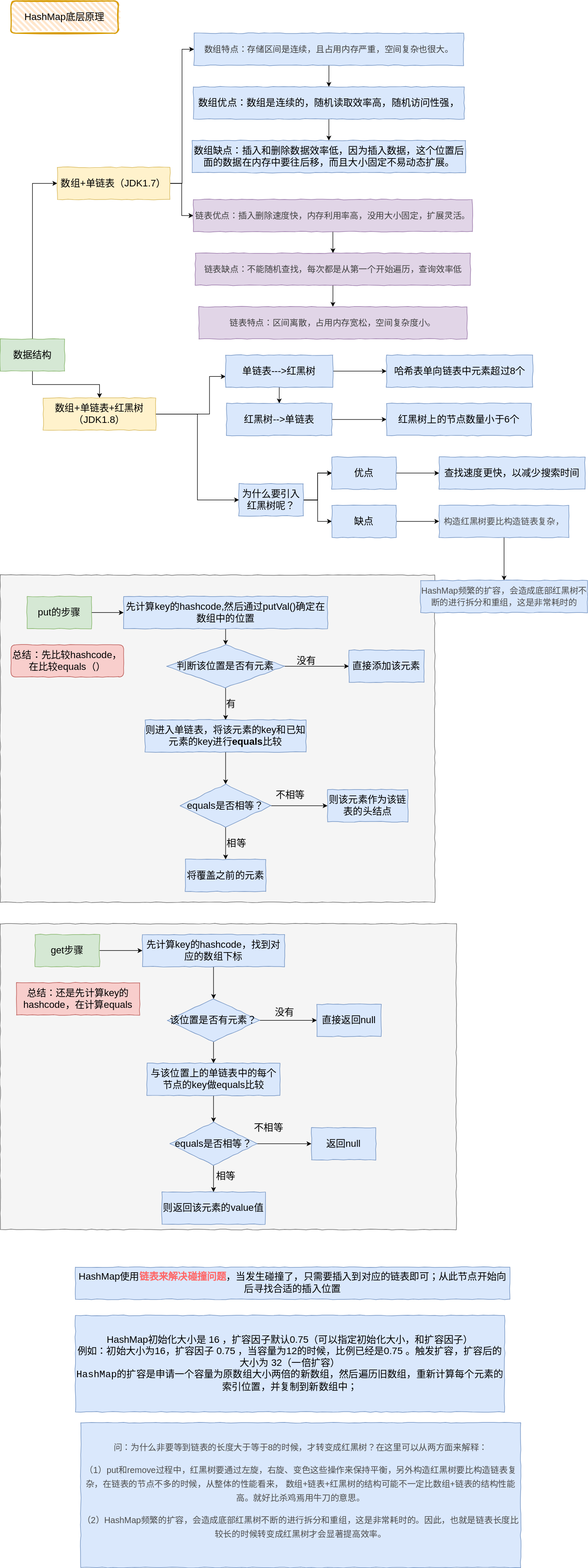
Earlier version of the draw.io export Java/HashMap.svg (kusuzi/LearnJava). Source tidied: cells renumbered, new cells last; positions are measured from the earlier drawing's top-left corner, leaving out a move shared by most shapes.
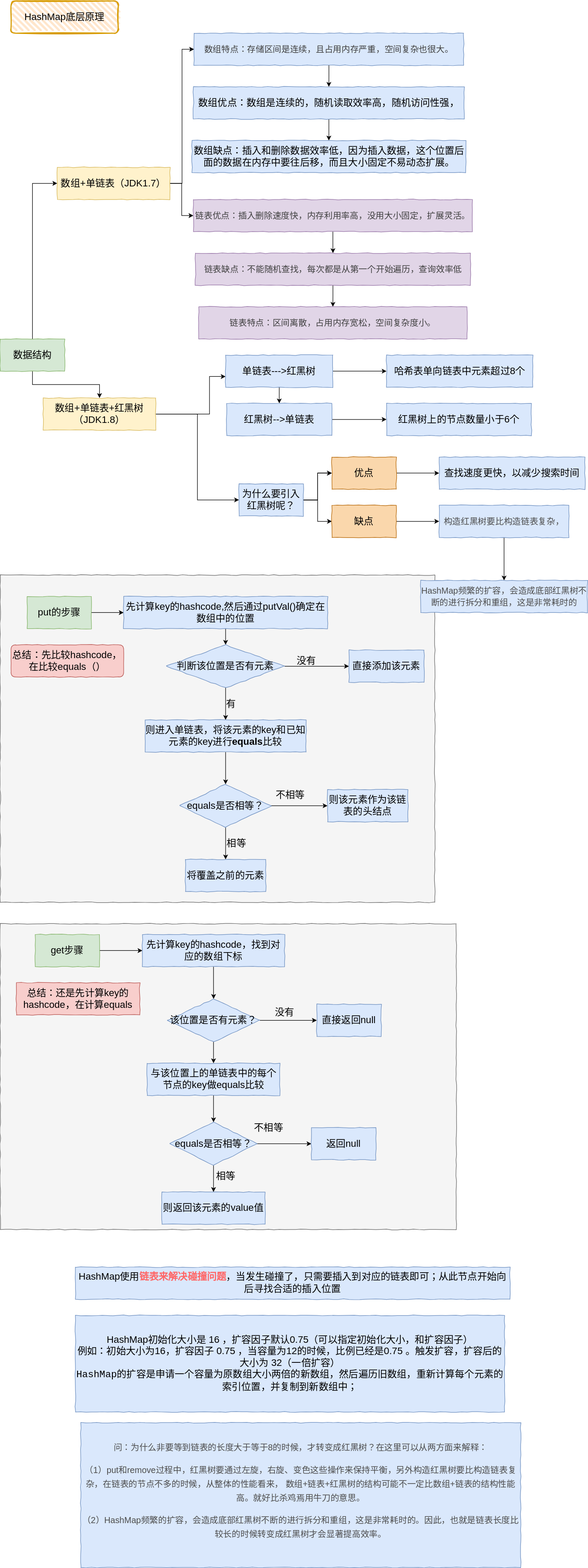
Above is the later version.

The edit, as a diff of the source:
```diff
@@ -230,13 +230,13 @@
     <mxCell id="74" style="edgeStyle=orthogonalEdgeStyle;rounded=0;jettySize=auto;html=1;" parent="1" edge="1" source="75" target="82">
       <mxGeometry relative="1" as="geometry" />
     </mxCell>
-    <mxCell id="75" value="优点" style="whiteSpace=wrap;html=1;rounded=0;fontSize=18;strokeColor=#6c8ebf;fillColor=#dae8fc;comic=1;" parent="1" vertex="1">
+    <mxCell id="75" value="优点" style="whiteSpace=wrap;html=1;rounded=0;fontSize=18;strokeColor=#b46504;fillColor=#fad7ac;comic=1;" parent="1" vertex="1">
       <mxGeometry x="618.1" y="850" width="120" height="60" as="geometry" />
     </mxCell>
     <mxCell id="76" style="edgeStyle=orthogonalEdgeStyle;rounded=0;jettySize=auto;html=1;" parent="1" edge="1" source="77" target="84">
       <mxGeometry relative="1" as="geometry" />
     </mxCell>
-    <mxCell id="77" value="缺点" style="whiteSpace=wrap;html=1;rounded=0;labelBackgroundColor=none;comic=1;fontSize=18;strokeColor=#6c8ebf;fillColor=#dae8fc;" parent="1" vertex="1">
+    <mxCell id="77" value="缺点" style="whiteSpace=wrap;html=1;rounded=0;labelBackgroundColor=none;comic=1;fontSize=18;strokeColor=#b46504;fillColor=#fad7ac;" parent="1" vertex="1">
       <mxGeometry x="618.1" y="940" width="120" height="60" as="geometry" />
     </mxCell>
     <mxCell id="78" value="&lt;div style=&quot;font-size: 18px&quot;&gt;&lt;br&gt;&lt;/div&gt;" style="text;html=1;align=center;verticalAlign=middle;strokeColor=none;fontSize=18;" parent="1" vertex="1">
```
